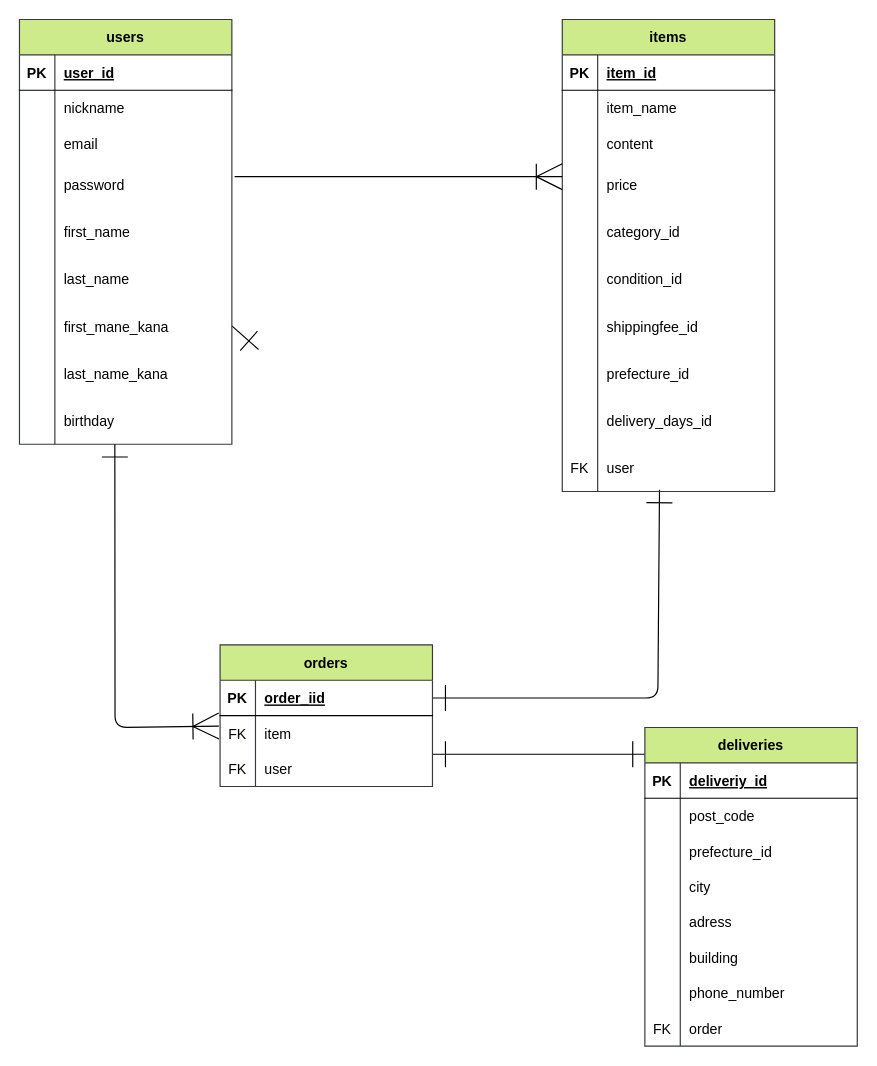
rikakohira/furima-38304 keeps this draw.io diagram as page "ER図" (1 of 2) of furima.dio. Above is the earlier version. Source tidied: cells renumbered, new cells numbered last; positions are measured from the earlier drawing's top-left corner, leaving out a move shared by most shapes. Both pictures are drawn from the tidied source at 118%, with x=0, y=0 at pixel (19, 19).
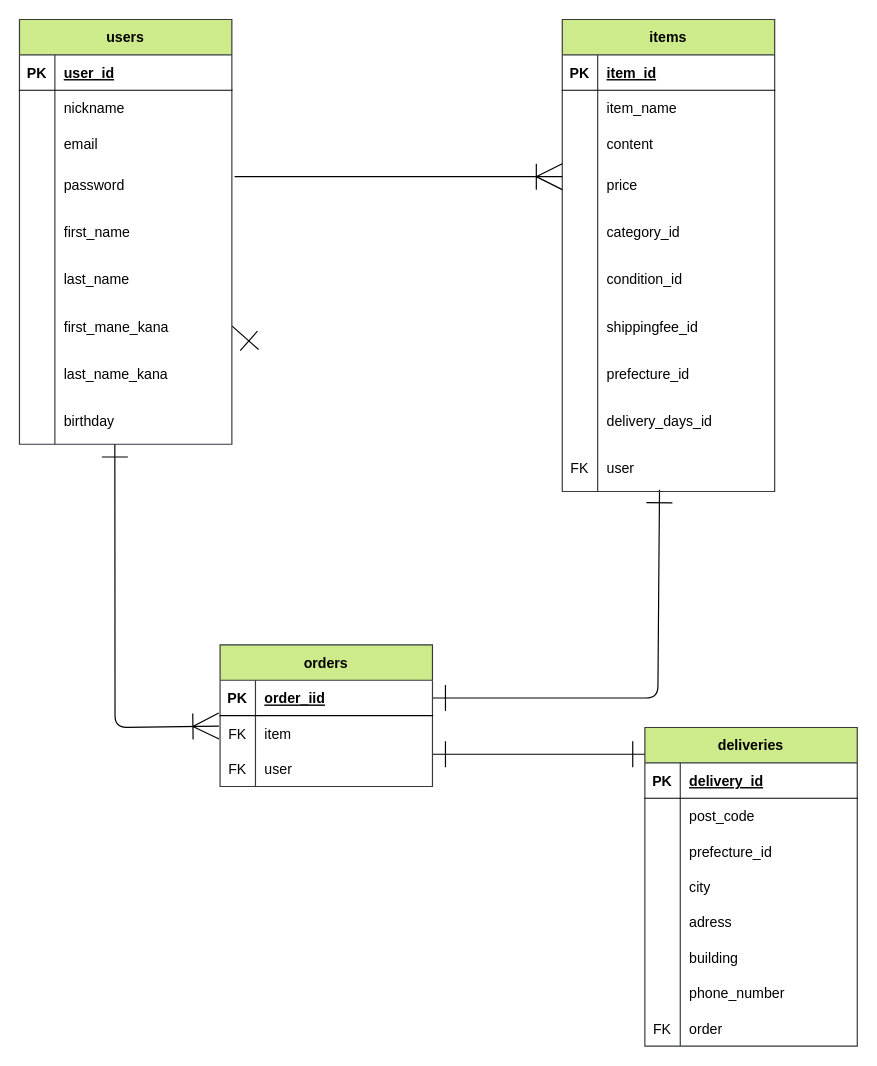
After the change.

The change refers to these unchanged cells:
```xml
<mxCell id="77" style="shape=partialRectangle;fillColor=none;top=0;left=0;bottom=1;right=0;fontColor=#000000;" parent="76" vertex="1">
  <mxGeometry y="30" width="180" height="30" as="geometry" />
</mxCell>
```

What changed in the source:
```diff
@@
-    <mxCell id="79" value="deliveriy_id" style="shape=partialRectangle;fillColor=none;top=0;left=0;bottom=0;right=0;align=left;spacingLeft=6;fontStyle=5;overflow=hidden;fontColor=#000000;" parent="77" vertex="1">
+    <mxCell id="79" value="delivery_id" style="shape=partialRectangle;fillColor=none;top=0;left=0;bottom=0;right=0;align=left;spacingLeft=6;fontStyle=5;overflow=hidden;fontColor=#000000;" parent="77" vertex="1">
       <mxGeometry x="30" width="150" height="30" as="geometry" />
     </mxCell>
```
